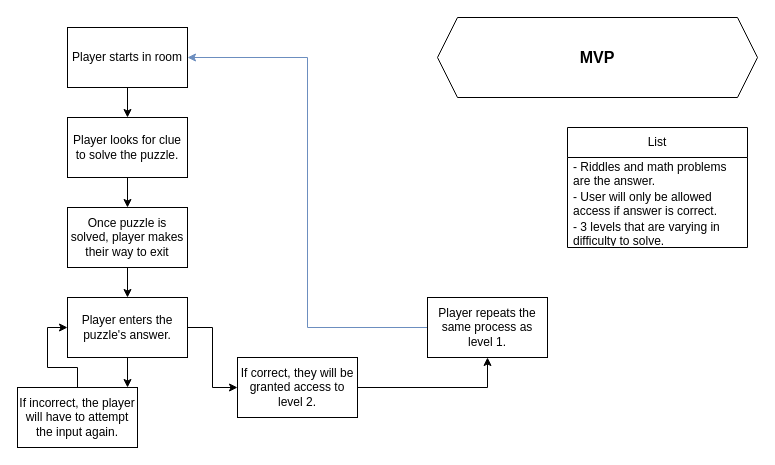
SchoolOfCode/escape-room-hackathon-rnine keeps this draw.io diagram as MVP chart..drawio. Above is the earlier version. Source tidied: cells renumbered, new cells numbered last; positions are measured from the earlier drawing's top-left corner, leaving out a move shared by most shapes. Both pictures are drawn from the tidied source at 100%, with x=0, y=0 at pixel (17, 17).
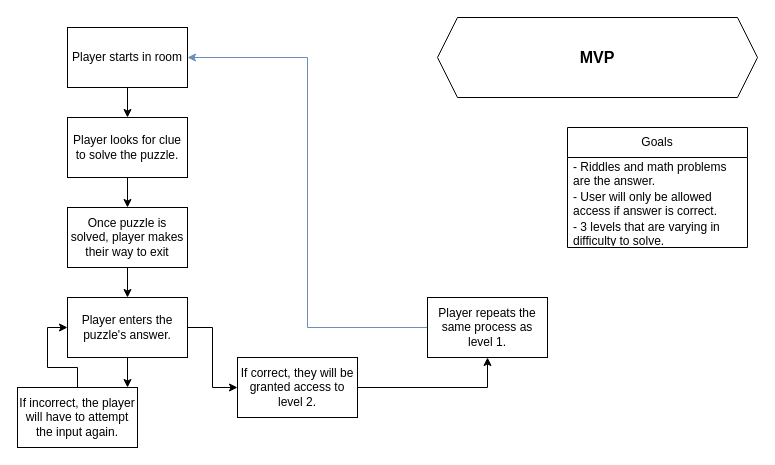
The same page after the edit.

Commit message (it also covers changes not shown here):
More work to the first level, tweaks with the intereaction when inputting the answer

Change to the diagram source:
```diff
@@
-    <mxCell id="18" value="List" style="swimlane;fontStyle=0;horizontal=1;startSize=30;whiteSpace=wrap;html=1;" parent="1" vertex="1">
+    <mxCell id="18" value="Goals" style="swimlane;fontStyle=0;horizontal=1;startSize=30;whiteSpace=wrap;html=1;" parent="1" vertex="1">
       <mxGeometry x="550" y="110" width="180" height="120" as="geometry" />
     </mxCell>
```
